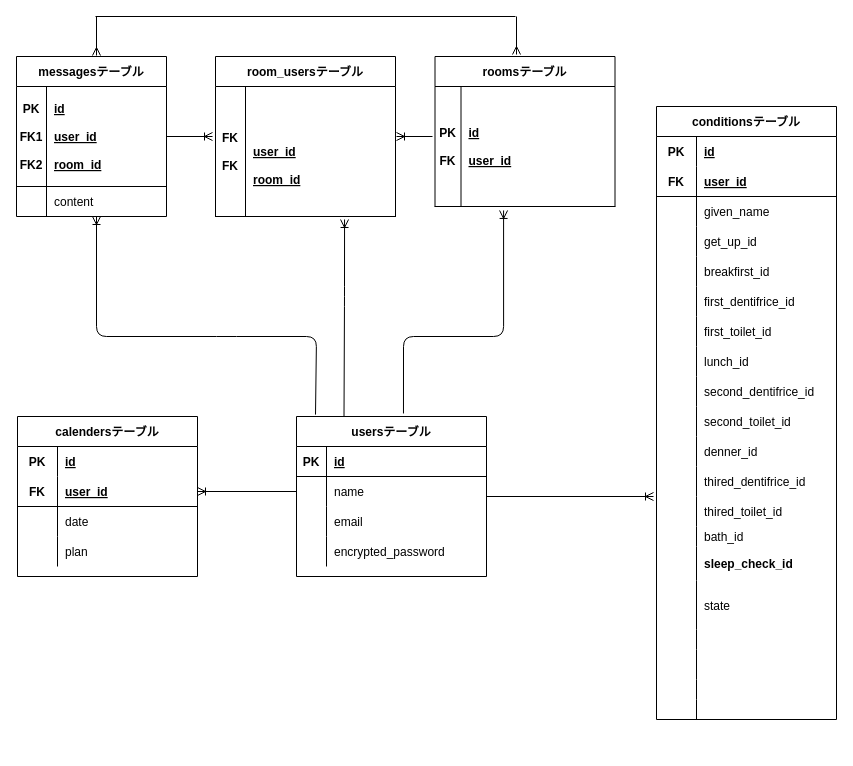
This is for-cg.dio from wtoshiaki/for-cg, a draw.io file, before an edit. Source tidied: cells renumbered, new cells numbered last; positions are measured from the earlier drawing's top-left corner, leaving out a move shared by most shapes. Both pictures are drawn from the tidied source at 100%, with x=0, y=0 at pixel (16, 16).
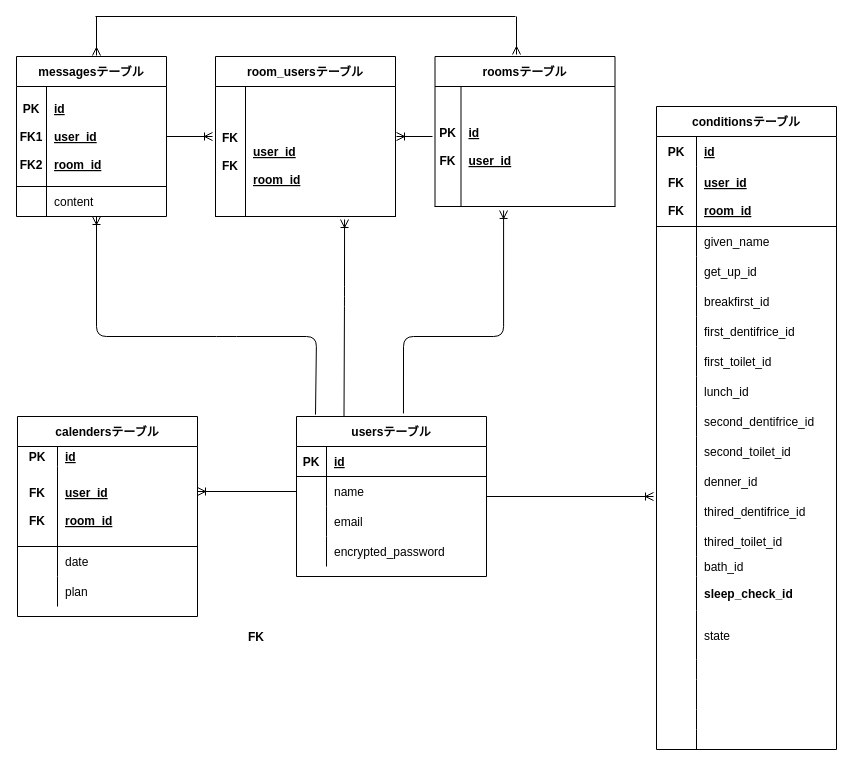
After the change.

Unchanged cells that the change refers to:
```xml
<mxCell id="6" style="shape=partialRectangle;fillColor=none;top=0;left=0;bottom=0;right=0;points=[[0,0.5],[1,0.5]];portConstraint=eastwest;" parent="2" vertex="1">
  <mxGeometry y="60" width="190" height="30" as="geometry" />
</mxCell>
```

What changed in the source:
```diff
@@
     <mxCell id="26" value="conditionsテーブル" style="shape=table;startSize=30;childLayout=tableLayout;rowLines=0;fontStyle=1;align=center;" parent="1" vertex="1">
-      <mxGeometry x="640" y="90" width="180" height="613" as="geometry" />
+      <mxGeometry x="640" y="90" width="180" height="643" as="geometry" />
     </mxCell>
@@
     <mxCell id="30" style="shape=partialRectangle;fillColor=none;top=0;left=0;bottom=1;right=0;" parent="26" vertex="1">
-      <mxGeometry y="60" width="180" height="30" as="geometry" />
+      <mxGeometry y="60" width="180" height="60" as="geometry" />
     </mxCell>
-    <mxCell id="31" value="FK" style="shape=partialRectangle;fillColor=none;top=0;left=0;bottom=0;right=0;fontStyle=1;overflow=hidden;" parent="30" vertex="1">
-      <mxGeometry width="40" height="30" as="geometry" />
+    <mxCell id="31" value="FK&#10;&#10;FK" style="shape=partialRectangle;fillColor=none;top=0;left=0;bottom=0;right=0;fontStyle=1;overflow=hidden;" parent="30" vertex="1">
+      <mxGeometry width="40" height="60" as="geometry" />
     </mxCell>
-    <mxCell id="32" value="user_id" style="shape=partialRectangle;fillColor=none;top=0;left=0;bottom=0;right=0;align=left;spacingLeft=6;fontStyle=5;overflow=hidden;" parent="30" vertex="1">
-      <mxGeometry x="40" width="140" height="30" as="geometry" />
+    <mxCell id="32" value="user_id&#10;&#10;room_id" style="shape=partialRectangle;fillColor=none;top=0;left=0;bottom=0;right=0;align=left;spacingLeft=6;fontStyle=5;overflow=hidden;" parent="30" vertex="1">
+      <mxGeometry x="40" width="140" height="60" as="geometry" />
     </mxCell>
     <mxCell id="33" style="shape=partialRectangle;fillColor=none;top=0;left=0;bottom=0;right=0;" parent="26" vertex="1">
-      <mxGeometry y="90" width="180" height="30" as="geometry" />
+      <mxGeometry y="120" width="180" height="30" as="geometry" />
     </mxCell>
@@
     <mxCell id="36" style="shape=partialRectangle;fillColor=none;top=0;left=0;bottom=0;right=0;" parent="26" vertex="1">
-      <mxGeometry y="120" width="180" height="30" as="geometry" />
+      <mxGeometry y="150" width="180" height="30" as="geometry" />
     </mxCell>
@@
     <mxCell id="39" style="shape=partialRectangle;fillColor=none;top=0;left=0;bottom=0;right=0;" parent="26" vertex="1">
-      <mxGeometry y="150" width="180" height="30" as="geometry" />
+      <mxGeometry y="180" width="180" height="30" as="geometry" />
     </mxCell>
@@
     <mxCell id="42" style="shape=partialRectangle;fillColor=none;top=0;left=0;bottom=0;right=0;" parent="26" vertex="1">
-      <mxGeometry y="180" width="180" height="30" as="geometry" />
+      <mxGeometry y="210" width="180" height="30" as="geometry" />
     </mxCell>
@@
     <mxCell id="45" style="shape=partialRectangle;fillColor=none;top=0;left=0;bottom=0;right=0;" parent="26" vertex="1">
-      <mxGeometry y="210" width="180" height="30" as="geometry" />
+      <mxGeometry y="240" width="180" height="30" as="geometry" />
     </mxCell>
@@
     <mxCell id="48" style="shape=partialRectangle;fillColor=none;top=0;left=0;bottom=0;right=0;" parent="26" vertex="1">
-      <mxGeometry y="240" width="180" height="30" as="geometry" />
+      <mxGeometry y="270" width="180" height="30" as="geometry" />
     </mxCell>
@@
     <mxCell id="51" style="shape=partialRectangle;fillColor=none;top=0;left=0;bottom=0;right=0;" parent="26" vertex="1">
-      <mxGeometry y="270" width="180" height="30" as="geometry" />
+      <mxGeometry y="300" width="180" height="30" as="geometry" />
     </mxCell>
@@
     <mxCell id="54" style="shape=partialRectangle;fillColor=none;top=0;left=0;bottom=0;right=0;" parent="26" vertex="1">
-      <mxGeometry y="300" width="180" height="30" as="geometry" />
+      <mxGeometry y="330" width="180" height="30" as="geometry" />
     </mxCell>
@@
     <mxCell id="57" style="shape=partialRectangle;fillColor=none;top=0;left=0;bottom=0;right=0;" parent="26" vertex="1">
-      <mxGeometry y="330" width="180" height="30" as="geometry" />
+      <mxGeometry y="360" width="180" height="30" as="geometry" />
     </mxCell>
@@
     <mxCell id="60" style="shape=partialRectangle;fillColor=none;top=0;left=0;bottom=0;right=0;" parent="26" vertex="1">
-      <mxGeometry y="360" width="180" height="30" as="geometry" />
+      <mxGeometry y="390" width="180" height="30" as="geometry" />
     </mxCell>
@@
     <mxCell id="63" style="shape=partialRectangle;fillColor=none;top=0;left=0;bottom=0;right=0;" parent="26" vertex="1">
-      <mxGeometry y="390" width="180" height="30" as="geometry" />
+      <mxGeometry y="420" width="180" height="30" as="geometry" />
     </mxCell>
@@
     <mxCell id="66" style="shape=partialRectangle;fillColor=none;top=0;left=0;bottom=0;right=0;" parent="26" vertex="1">
-      <mxGeometry y="420" width="180" height="20" as="geometry" />
+      <mxGeometry y="450" width="180" height="20" as="geometry" />
     </mxCell>
@@
     <mxCell id="69" style="shape=partialRectangle;fillColor=none;top=0;left=0;bottom=0;right=0;" parent="26" vertex="1">
-      <mxGeometry y="440" width="180" height="34" as="geometry" />
+      <mxGeometry y="470" width="180" height="34" as="geometry" />
     </mxCell>
@@
     <mxCell id="72" style="shape=partialRectangle;fillColor=none;top=0;left=0;bottom=0;right=0;" parent="26" vertex="1">
-      <mxGeometry y="474" width="180" height="49" as="geometry" />
+      <mxGeometry y="504" width="180" height="49" as="geometry" />
     </mxCell>
@@
     <mxCell id="75" style="shape=partialRectangle;fillColor=none;top=0;left=0;bottom=0;right=0;" parent="26" vertex="1">
-      <mxGeometry y="523" width="180" height="20" as="geometry" />
+      <mxGeometry y="553" width="180" height="20" as="geometry" />
     </mxCell>
@@
     <mxCell id="78" style="shape=partialRectangle;fillColor=none;top=0;left=0;bottom=0;right=0;" parent="26" vertex="1">
-      <mxGeometry y="543" width="180" height="30" as="geometry" />
+      <mxGeometry y="573" width="180" height="30" as="geometry" />
     </mxCell>
@@
     <mxCell id="81" style="shape=partialRectangle;fillColor=none;top=0;left=0;bottom=0;right=0;" parent="26" vertex="1">
-      <mxGeometry y="573" width="180" height="20" as="geometry" />
+      <mxGeometry y="603" width="180" height="20" as="geometry" />
     </mxCell>
@@
     <mxCell id="84" style="shape=partialRectangle;fillColor=none;top=0;left=0;bottom=0;right=0;" parent="26" vertex="1">
-      <mxGeometry y="593" width="180" height="20" as="geometry" />
+      <mxGeometry y="623" width="180" height="20" as="geometry" />
     </mxCell>
@@
     <mxCell id="87" value="calendersテーブル" style="shape=table;startSize=30;childLayout=tableLayout;rowLines=0;fontStyle=1;align=center;" parent="1" vertex="1">
-      <mxGeometry x="1" y="400" width="180" height="160" as="geometry" />
+      <mxGeometry x="1" y="400" width="180" height="200" as="geometry" />
     </mxCell>
     <mxCell id="88" style="shape=partialRectangle;fillColor=none;top=0;left=0;bottom=0;right=0;" parent="87" vertex="1">
-      <mxGeometry y="30" width="180" height="30" as="geometry" />
+      <mxGeometry y="30" width="180" height="20" as="geometry" />
     </mxCell>
     <mxCell id="89" value="PK" style="shape=partialRectangle;fillColor=none;top=0;left=0;bottom=0;right=0;fontStyle=1;overflow=hidden;" parent="88" vertex="1">
-      <mxGeometry width="40" height="30" as="geometry" />
+      <mxGeometry width="40" height="20" as="geometry" />
     </mxCell>
     <mxCell id="90" value="id" style="shape=partialRectangle;fillColor=none;top=0;left=0;bottom=0;right=0;align=left;spacingLeft=6;fontStyle=5;overflow=hidden;" parent="88" vertex="1">
-      <mxGeometry x="40" width="140" height="30" as="geometry" />
+      <mxGeometry x="40" width="140" height="20" as="geometry" />
     </mxCell>
     <mxCell id="91" style="shape=partialRectangle;fillColor=none;top=0;left=0;bottom=1;right=0;points=[[0,0.5],[1,0.5]];portConstraint=eastwest;" parent="87" vertex="1">
-      <mxGeometry y="60" width="180" height="30" as="geometry" />
+      <mxGeometry y="50" width="180" height="80" as="geometry" />
     </mxCell>
-    <mxCell id="92" value="FK" style="shape=partialRectangle;fillColor=none;top=0;left=0;bottom=0;right=0;fontStyle=1;overflow=hidden;" parent="91" vertex="1">
-      <mxGeometry width="40" height="30" as="geometry" />
+    <mxCell id="92" value="FK&#10;&#10;FK" style="shape=partialRectangle;fillColor=none;top=0;left=0;bottom=0;right=0;fontStyle=1;overflow=hidden;" parent="91" vertex="1">
+      <mxGeometry width="40" height="80" as="geometry" />
     </mxCell>
-    <mxCell id="93" value="user_id" style="shape=partialRectangle;fillColor=none;top=0;left=0;bottom=0;right=0;align=left;spacingLeft=6;fontStyle=5;overflow=hidden;" parent="91" vertex="1">
-      <mxGeometry x="40" width="140" height="30" as="geometry" />
+    <mxCell id="93" value="user_id&#10;&#10;room_id" style="shape=partialRectangle;fillColor=none;top=0;left=0;bottom=0;right=0;align=left;spacingLeft=6;fontStyle=5;overflow=hidden;" parent="91" vertex="1">
+      <mxGeometry x="40" width="140" height="80" as="geometry" />
     </mxCell>
     <mxCell id="94" style="shape=partialRectangle;fillColor=none;top=0;left=0;bottom=0;right=0;" parent="87" vertex="1">
-      <mxGeometry y="90" width="180" height="30" as="geometry" />
+      <mxGeometry y="130" width="180" height="30" as="geometry" />
     </mxCell>
@@
     <mxCell id="97" style="shape=partialRectangle;fillColor=none;top=0;left=0;bottom=0;right=0;" parent="87" vertex="1">
-      <mxGeometry y="120" width="180" height="30" as="geometry" />
+      <mxGeometry y="160" width="180" height="30" as="geometry" />
     </mxCell>
@@
-    <mxCell id="108" style="fontSize=12;html=1;endArrow=ERoneToMany;entryX=1;entryY=0.5;entryDx=0;entryDy=0;exitX=0;exitY=0.5;exitDx=0;exitDy=0;" parent="1" edge="1" source="6" target="91">
-      <mxGeometry relative="1" as="geometry" />
+    <mxCell id="108" style="fontSize=12;html=1;endArrow=ERoneToMany;exitX=0;exitY=0.5;exitDx=0;exitDy=0;" parent="1" edge="1" source="6">
+      <mxGeometry relative="1" as="geometry">
+        <mxPoint x="181" y="475" as="targetPoint" />
+      </mxGeometry>
     </mxCell>
@@
+    <mxCell id="114" value="FK" style="shape=partialRectangle;fillColor=none;top=0;left=0;bottom=0;right=0;fontStyle=1;overflow=hidden;" parent="1" vertex="1">
+      <mxGeometry x="220" y="590" width="40" height="60" as="geometry" />
+    </mxCell>
```
